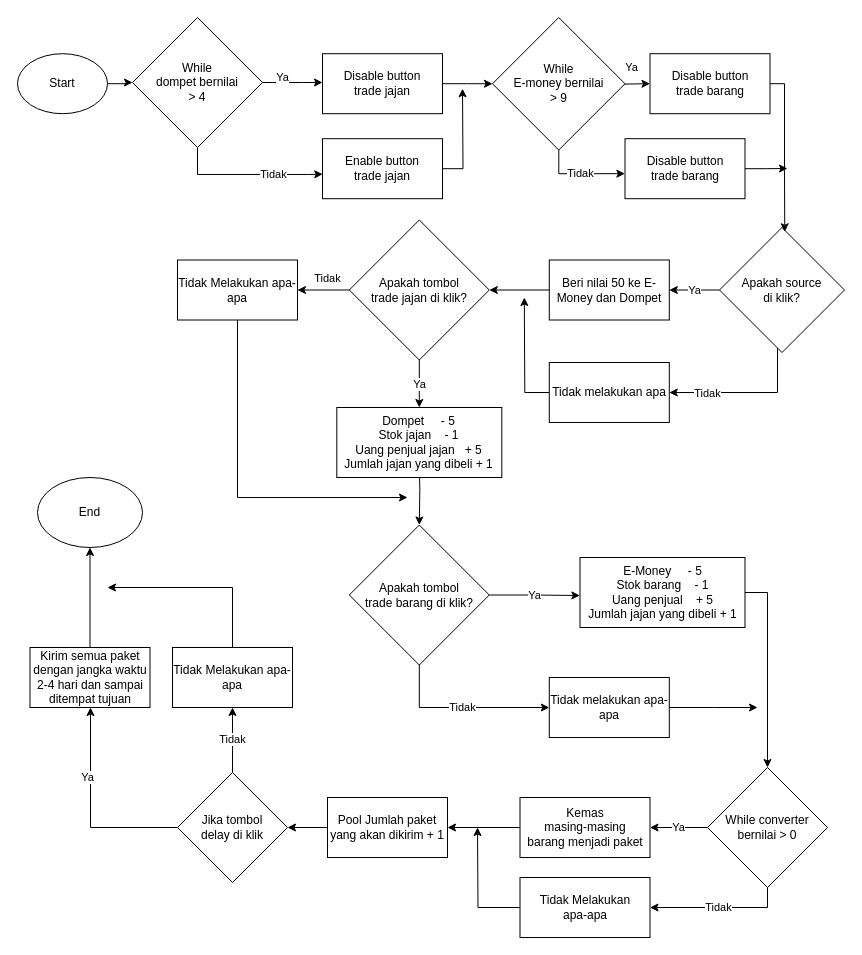
The draw.io diagram Machination 2.drawio in ArisHengkerPro/PENS, before the edit. Source tidied: cells renumbered, new cells numbered last; positions are measured from the earlier drawing's top-left corner, leaving out a move shared by most shapes. Both pictures are drawn from the tidied source at 100%, with x=0, y=0 at pixel (17, 17).
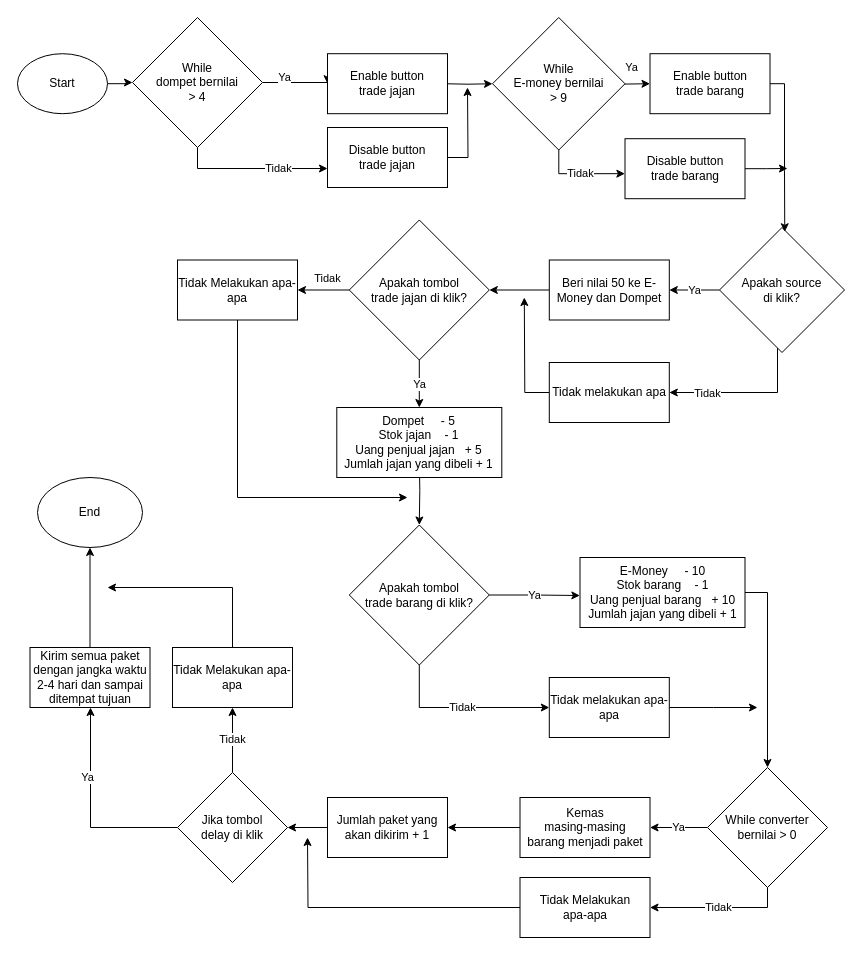
Above is the later version.

Unchanged cells that the change refers to:
```xml
<mxCell id="14" value="While&lt;br&gt;dompet bernilai &lt;br&gt;&amp;gt; 4" style="rhombus;whiteSpace=wrap;html=1;" parent="1" vertex="1">
  <mxGeometry x="115" width="130" height="130" as="geometry" />
</mxCell>
<mxCell id="17" value="While&lt;br&gt;E-money bernilai &lt;br&gt;&amp;gt; 9" style="rhombus;whiteSpace=wrap;html=1;" parent="1" vertex="1">
  <mxGeometry x="475" width="132.5" height="132.5" as="geometry" />
</mxCell>
<mxCell id="46" value="Tidak Melakukan &lt;br&gt;apa-apa" style="rounded=0;whiteSpace=wrap;html=1;" parent="1" vertex="1">
  <mxGeometry x="502.5" y="860" width="130" height="60" as="geometry" />
</mxCell>
```

What changed in the source:
```diff
@@
-    <mxCell id="12" value="Ya" style="edgeStyle=orthogonalEdgeStyle;rounded=0;jettySize=auto;html=1;" parent="1" edge="1" source="14" target="19">
+    <mxCell id="12" value="Ya" style="edgeStyle=orthogonalEdgeStyle;rounded=0;jettySize=auto;html=1;entryX=0;entryY=0.5;entryDx=0;entryDy=0;" parent="1" edge="1" source="14" target="21">
       <mxGeometry x="-0.33" y="5" relative="1" as="geometry">
         <Array as="points">
-          <mxPoint x="285" y="65" />
-          <mxPoint x="285" y="65" />
+          <mxPoint x="310" y="65" />
         </Array>
       </mxGeometry>
     </mxCell>
-    <mxCell id="13" value="Tidak" style="edgeStyle=orthogonalEdgeStyle;rounded=0;jettySize=auto;html=1;entryX=0.002;entryY=0.591;entryDx=0;entryDy=0;entryPerimeter=0;" parent="1" edge="1" source="14" target="21">
+    <mxCell id="13" value="Tidak" style="edgeStyle=orthogonalEdgeStyle;rounded=0;jettySize=auto;html=1;" parent="1" edge="1" source="14" target="19">
       <mxGeometry x="0.35" relative="1" as="geometry">
         <Array as="points">
-          <mxPoint x="180" y="157" />
-          <mxPoint x="290" y="157" />
+          <mxPoint x="180" y="151" />
         </Array>
       </mxGeometry>
     </mxCell>
@@
-    <mxCell id="18" style="edgeStyle=orthogonalEdgeStyle;rounded=0;jettySize=auto;html=1;entryX=0;entryY=0.5;entryDx=0;entryDy=0;" parent="1" edge="1" source="19" target="17">
-      <mxGeometry relative="1" as="geometry" />
+    <mxCell id="18" style="edgeStyle=orthogonalEdgeStyle;rounded=0;jettySize=auto;html=1;entryX=0;entryY=0.5;entryDx=0;entryDy=0;" parent="1" edge="1" target="17">
+      <mxGeometry relative="1" as="geometry">
+        <mxPoint x="425" y="66.2" as="sourcePoint" />
+      </mxGeometry>
     </mxCell>
-    <mxCell id="19" value="Disable button &lt;br&gt;trade jajan" style="rounded=0;whiteSpace=wrap;html=1;" parent="1" vertex="1">
-      <mxGeometry x="305" y="36.2" width="120" height="60" as="geometry" />
-    </mxCell>
-    <mxCell id="20" style="edgeStyle=orthogonalEdgeStyle;rounded=0;jettySize=auto;html=1;" parent="1" edge="1" source="21">
-      <mxGeometry relative="1" as="geometry">
-        <mxPoint x="445" y="71.2" as="targetPoint" />
-      </mxGeometry>
-    </mxCell>
-    <mxCell id="21" value="Enable button&lt;br&gt;trade jajan" style="rounded=0;whiteSpace=wrap;html=1;" parent="1" vertex="1">
-      <mxGeometry x="305" y="121.2" width="120" height="60" as="geometry" />
-    </mxCell>
@@
-    <mxCell id="23" value="Disable button &lt;br&gt;trade barang" style="rounded=0;whiteSpace=wrap;html=1;" parent="1" vertex="1">
+    <mxCell id="23" value="Enable button &lt;br&gt;trade barang" style="rounded=0;whiteSpace=wrap;html=1;" parent="1" vertex="1">
       <mxGeometry x="632.5" y="36.2" width="120" height="60" as="geometry" />
     </mxCell>
@@
-    <mxCell id="37" value="E-Money &lt;span style=&quot;white-space: pre&quot;&gt; &lt;/span&gt;&lt;span style=&quot;white-space: pre&quot;&gt; &lt;/span&gt;&lt;span style=&quot;white-space: pre&quot;&gt; &lt;/span&gt;&lt;span style=&quot;white-space: pre&quot;&gt; &lt;/span&gt;- 5&lt;br&gt;Stok barang &lt;span style=&quot;white-space: pre&quot;&gt; &lt;/span&gt;&lt;span style=&quot;white-space: pre&quot;&gt; &lt;/span&gt;&lt;span style=&quot;white-space: pre&quot;&gt; &lt;/span&gt;- 1&lt;br&gt;Uang penjual &lt;span style=&quot;white-space: pre&quot;&gt; &lt;/span&gt;&lt;span style=&quot;white-space: pre&quot;&gt; &lt;/span&gt;&lt;span style=&quot;white-space: pre&quot;&gt; &lt;/span&gt;+ 5&lt;br&gt;Jumlah jajan yang dibeli + 1" style="rounded=0;whiteSpace=wrap;html=1;" parent="1" vertex="1">
+    <mxCell id="37" value="E-Money &lt;span style=&quot;white-space: pre&quot;&gt; &lt;/span&gt;&lt;span style=&quot;white-space: pre&quot;&gt; &lt;/span&gt;&lt;span style=&quot;white-space: pre&quot;&gt; &lt;/span&gt;&lt;span style=&quot;white-space: pre&quot;&gt; &lt;/span&gt;- 10&lt;br&gt;Stok barang &lt;span style=&quot;white-space: pre&quot;&gt; &lt;/span&gt;&lt;span style=&quot;white-space: pre&quot;&gt; &lt;/span&gt;&lt;span style=&quot;white-space: pre&quot;&gt; &lt;/span&gt;- 1&lt;br&gt;Uang penjual barang&lt;span style=&quot;white-space: pre&quot;&gt; &lt;/span&gt;&lt;span style=&quot;white-space: pre&quot;&gt; &lt;/span&gt;&lt;span style=&quot;white-space: pre&quot;&gt; &lt;/span&gt;+ 10&lt;br&gt;Jumlah jajan yang dibeli + 1" style="rounded=0;whiteSpace=wrap;html=1;" parent="1" vertex="1">
       <mxGeometry x="562.5" y="540" width="165" height="70" as="geometry" />
     </mxCell>
@@
-    <mxCell id="45" style="edgeStyle=orthogonalEdgeStyle;rounded=0;jettySize=auto;html=1;" parent="1" edge="1" source="46">
-      <mxGeometry relative="1" as="geometry">
-        <mxPoint x="460" y="810" as="targetPoint" />
-      </mxGeometry>
-    </mxCell>
+    <mxCell id="57" style="edgeStyle=orthogonalEdgeStyle;rounded=0;jettySize=auto;html=1;" parent="1" edge="1" source="46">
+      <mxGeometry relative="1" as="geometry">
+        <mxPoint x="290" y="820" as="targetPoint" />
+      </mxGeometry>
+    </mxCell>
@@
-    <mxCell id="48" value="Pool Jumlah paket yang akan dikirim + 1" style="rounded=0;whiteSpace=wrap;html=1;" parent="1" vertex="1">
+    <mxCell id="48" value="Jumlah paket yang akan dikirim + 1" style="rounded=0;whiteSpace=wrap;html=1;" parent="1" vertex="1">
       <mxGeometry x="310" y="780" width="120" height="60" as="geometry" />
     </mxCell>
@@
+    <mxCell id="58" style="edgeStyle=orthogonalEdgeStyle;rounded=0;jettySize=auto;html=1;" parent="1" edge="1" source="19">
+      <mxGeometry relative="1" as="geometry">
+        <mxPoint x="450" y="70" as="targetPoint" />
+      </mxGeometry>
+    </mxCell>
+    <mxCell id="19" value="Disable button &lt;br&gt;trade jajan" style="rounded=0;whiteSpace=wrap;html=1;" parent="1" vertex="1">
+      <mxGeometry x="310" y="110" width="120" height="60" as="geometry" />
+    </mxCell>
+    <mxCell id="21" value="Enable button&lt;br&gt;trade jajan" style="rounded=0;whiteSpace=wrap;html=1;" parent="1" vertex="1">
+      <mxGeometry x="310" y="36.2" width="120" height="60" as="geometry" />
+    </mxCell>
```
